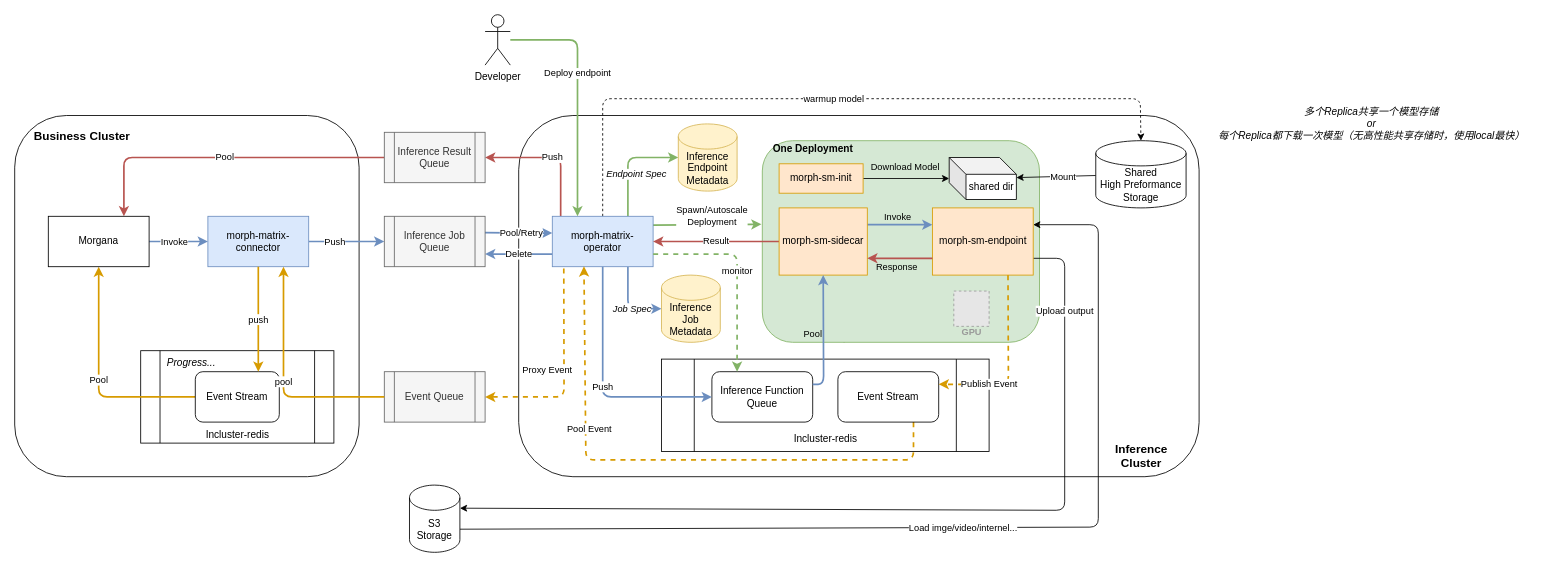
Earlier version of the draw.io diagram draw/Heterogeneous-inference-clusters.drawio (Wh1isper/wh1isper.github.io). Source tidied: cells renumbered, new cells numbered last; positions are measured from the earlier drawing's top-left corner, leaving out a move shared by most shapes. Both pictures are drawn from the tidied source at 84%, with x=0, y=0 at pixel (14, 14). Pictures stored in the file or linked from it are replaced by grey dashed boxes.
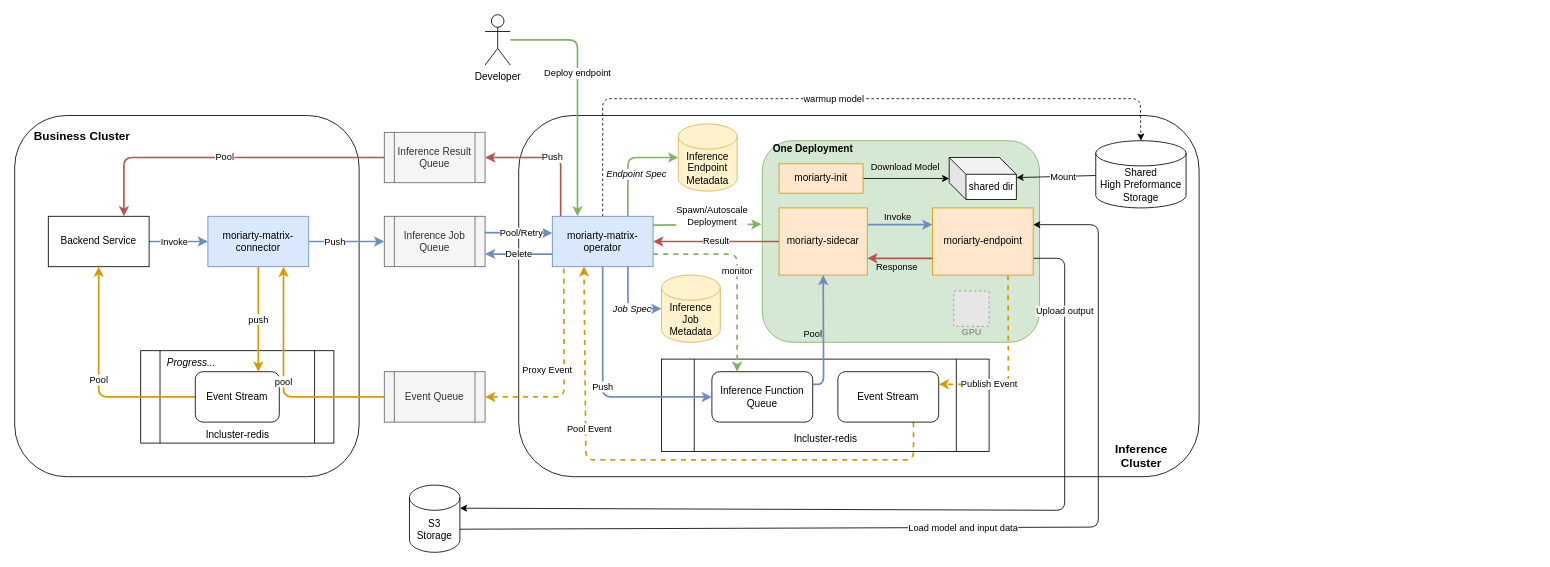
The same page after the edit.

The change refers to these unchanged cells:
```xml
<mxCell id="40" style="rounded=1;whiteSpace=wrap;html=1;fillColor=#d5e8d4;strokeColor=#82b366;" parent="1" vertex="1">
  <mxGeometry x="890" y="150" width="330" height="240" as="geometry" />
</mxCell>
<mxCell id="57" value="S3 Storage" style="shape=cylinder3;whiteSpace=wrap;html=1;boundedLbl=1;backgroundOutline=1;size=15;labelBackgroundColor=none;" parent="1" vertex="1">
  <mxGeometry x="470" y="560" width="60" height="80" as="geometry" />
</mxCell>
```

What changed in the source:
```diff
@@
-    <mxCell id="6" value="morph-matrix-connector" style="rounded=0;whiteSpace=wrap;html=1;fillColor=#dae8fc;strokeColor=#6c8ebf;" parent="1" vertex="1">
+    <mxCell id="6" value="moriarty-matrix-connector" style="rounded=0;whiteSpace=wrap;html=1;fillColor=#dae8fc;strokeColor=#6c8ebf;" parent="1" vertex="1">
       <mxGeometry x="230" y="240" width="120" height="60" as="geometry" />
     </mxCell>
@@
-    <mxCell id="14" value="morph-matrix-operator" style="rounded=0;whiteSpace=wrap;html=1;fillColor=#dae8fc;strokeColor=#6c8ebf;" parent="1" vertex="1">
+    <mxCell id="14" value="moriarty-matrix-operator" style="rounded=0;whiteSpace=wrap;html=1;fillColor=#dae8fc;strokeColor=#6c8ebf;" parent="1" vertex="1">
       <mxGeometry x="640" y="240" width="120" height="60" as="geometry" />
     </mxCell>
@@
-    <mxCell id="37" value="Morgana" style="rounded=0;whiteSpace=wrap;html=1;" parent="1" vertex="1">
+    <mxCell id="37" value="Backend Service" style="rounded=0;whiteSpace=wrap;html=1;" parent="1" vertex="1">
       <mxGeometry x="40" y="240" width="120" height="60" as="geometry" />
     </mxCell>
@@
-    <mxCell id="39" style="edgeStyle=none;html=1;" parent="1" edge="1" source="40">
-      <mxGeometry relative="1" as="geometry">
-        <mxPoint x="1032.5" y="310" as="targetPoint" />
-      </mxGeometry>
-    </mxCell>
@@
-    <mxCell id="48" value="morph-sm-sidecar" style="rounded=0;whiteSpace=wrap;html=1;fillColor=#ffe6cc;strokeColor=#d79b00;" parent="1" vertex="1">
+    <mxCell id="48" value="moriarty-sidecar" style="rounded=0;whiteSpace=wrap;html=1;fillColor=#ffe6cc;strokeColor=#d79b00;" parent="1" vertex="1">
       <mxGeometry x="910" y="230" width="105" height="80" as="geometry" />
     </mxCell>
@@
-    <mxCell id="51" value="morph-sm-endpoint" style="rounded=0;whiteSpace=wrap;html=1;fillColor=#ffe6cc;strokeColor=#d79b00;" parent="1" vertex="1">
+    <mxCell id="51" value="moriarty-endpoint" style="rounded=0;whiteSpace=wrap;html=1;fillColor=#ffe6cc;strokeColor=#d79b00;" parent="1" vertex="1">
       <mxGeometry x="1092.5" y="230" width="120" height="80" as="geometry" />
     </mxCell>
@@
-    <mxCell id="56" value="Load imge/video/internel..." style="edgeStyle=none;html=1;exitX=1;exitY=0;exitDx=0;exitDy=52.5;exitPerimeter=0;entryX=1;entryY=0.25;entryDx=0;entryDy=0;labelBackgroundColor=default;" parent="1" edge="1" source="57" target="51">
+    <mxCell id="56" value="Load model and input data" style="edgeStyle=none;html=1;exitX=1;exitY=0;exitDx=0;exitDy=52.5;exitPerimeter=0;entryX=1;entryY=0.25;entryDx=0;entryDy=0;labelBackgroundColor=default;" parent="1" edge="1" source="57" target="51">
       <mxGeometry relative="1" as="geometry">
         <Array as="points">
           <mxPoint x="1290" y="610" />
           <mxPoint x="1290" y="250" />
         </Array>
       </mxGeometry>
     </mxCell>
@@
-    <mxCell id="61" value="morph-sm-init" style="rounded=0;whiteSpace=wrap;html=1;fillColor=#ffe6cc;strokeColor=#d79b00;" parent="1" vertex="1">
+    <mxCell id="61" value="moriarty-init" style="rounded=0;whiteSpace=wrap;html=1;fillColor=#ffe6cc;strokeColor=#d79b00;" parent="1" vertex="1">
       <mxGeometry x="910" y="177.5" width="100" height="35" as="geometry" />
     </mxCell>
@@
-    <mxCell id="65" value="多个Replica共享一个模型存储&lt;br&gt;or&lt;br&gt;每个Replica都下载一次模型（无高性能共享存储时，使用local最快）" style="text;html=1;align=center;verticalAlign=middle;strokeColor=none;fillColor=none;fontStyle=2;" parent="1" vertex="1">
-      <mxGeometry x="1420" y="100" width="390" height="60" as="geometry" />
-    </mxCell>
```
